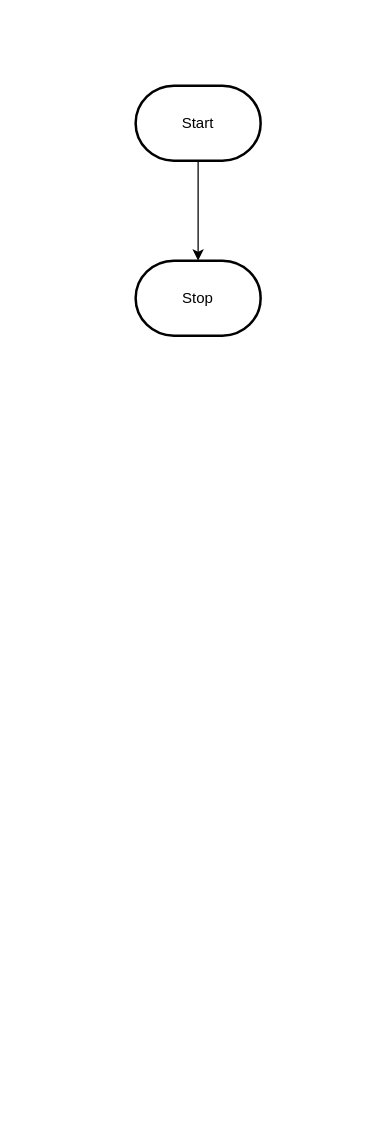
Earlier version of the draw.io diagram design/flowchart.drawio (MTHS-ICS2O-2-2022/ICS2O-Unit-5-04-Colton-Grant). Source tidied: cells renumbered, new cells numbered last; positions are measured from the earlier drawing's top-left corner, leaving out a move shared by most shapes. Both pictures are drawn from the tidied source at 125%, with x=0, y=0 at pixel (135, 85).
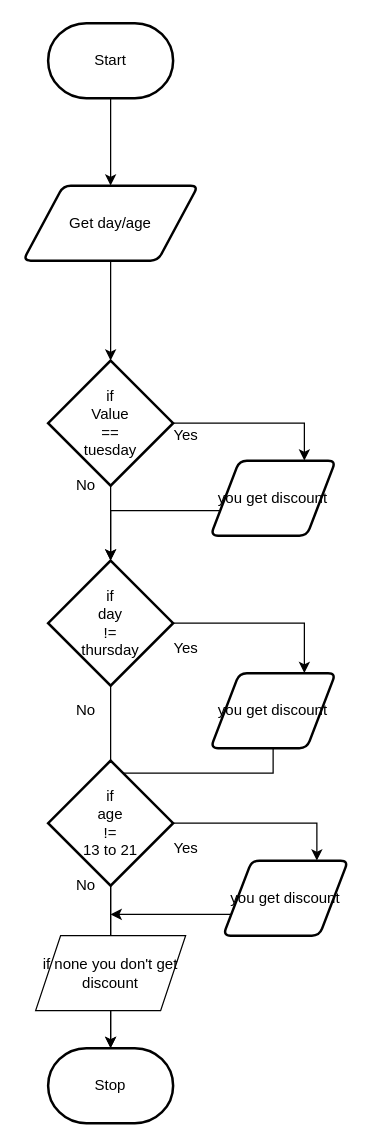
The same page after the edit.

Diff of the diagram source:
```diff
@@
-    <mxCell id="2" style="edgeStyle=orthogonalEdgeStyle;html=1;rounded=0;" parent="1" edge="1" source="3" target="4">
-      <mxGeometry relative="1" as="geometry" />
-    </mxCell>
     <mxCell id="3" value="Start" style="strokeWidth=2;html=1;shape=mxgraph.flowchart.terminator;whiteSpace=wrap;" parent="1" vertex="1">
-      <mxGeometry width="100" height="60" as="geometry" />
+      <mxGeometry x="-70" y="-50" width="100" height="60" as="geometry" />
     </mxCell>
+    <mxCell id="5" style="edgeStyle=none;html=1;exitX=0.5;exitY=1;exitDx=0;exitDy=0;exitPerimeter=0;" parent="1" edge="1" source="3" target="7">
+      <mxGeometry relative="1" as="geometry" />
+    </mxCell>
+    <mxCell id="6" style="edgeStyle=none;html=1;" parent="1" edge="1" source="7" target="10">
+      <mxGeometry relative="1" as="geometry" />
+    </mxCell>
+    <mxCell id="7" value="Get day/age" style="shape=parallelogram;html=1;strokeWidth=2;perimeter=parallelogramPerimeter;whiteSpace=wrap;rounded=1;arcSize=12;size=0.23;" parent="1" vertex="1">
+      <mxGeometry x="-90" y="80" width="140" height="60" as="geometry" />
+    </mxCell>
+    <mxCell id="8" style="edgeStyle=orthogonalEdgeStyle;html=1;entryX=0.75;entryY=0;entryDx=0;entryDy=0;rounded=0;" parent="1" edge="1" source="10" target="12">
+      <mxGeometry relative="1" as="geometry" />
+    </mxCell>
+    <mxCell id="9" style="edgeStyle=orthogonalEdgeStyle;rounded=0;html=1;" parent="1" edge="1" source="10" target="15">
+      <mxGeometry relative="1" as="geometry" />
+    </mxCell>
+    <mxCell id="10" value="if&lt;br&gt;Value&lt;br&gt;==&lt;br&gt;tuesday" style="strokeWidth=2;html=1;shape=mxgraph.flowchart.decision;whiteSpace=wrap;" parent="1" vertex="1">
+      <mxGeometry x="-70" y="220" width="100" height="100" as="geometry" />
+    </mxCell>
+    <mxCell id="11" style="edgeStyle=orthogonalEdgeStyle;rounded=0;html=1;" parent="1" edge="1" source="12" target="15">
+      <mxGeometry relative="1" as="geometry">
+        <Array as="points">
+          <mxPoint x="-20" y="340" />
+        </Array>
+      </mxGeometry>
+    </mxCell>
+    <mxCell id="12" value="you get discount" style="shape=parallelogram;html=1;strokeWidth=2;perimeter=parallelogramPerimeter;whiteSpace=wrap;rounded=1;arcSize=12;size=0.23;" parent="1" vertex="1">
+      <mxGeometry x="60" y="300" width="100" height="60" as="geometry" />
+    </mxCell>
+    <mxCell id="13" style="edgeStyle=orthogonalEdgeStyle;rounded=0;html=1;entryX=0.75;entryY=0;entryDx=0;entryDy=0;" parent="1" edge="1" source="15" target="17">
+      <mxGeometry relative="1" as="geometry" />
+    </mxCell>
+    <mxCell id="14" style="edgeStyle=orthogonalEdgeStyle;rounded=0;html=1;" parent="1" edge="1" source="15" target="4">
+      <mxGeometry relative="1" as="geometry" />
+    </mxCell>
+    <mxCell id="15" value="if&lt;br&gt;day&lt;br&gt;!=&lt;br&gt;thursday" style="strokeWidth=2;html=1;shape=mxgraph.flowchart.decision;whiteSpace=wrap;" parent="1" vertex="1">
+      <mxGeometry x="-70" y="380" width="100" height="100" as="geometry" />
+    </mxCell>
+    <mxCell id="16" style="edgeStyle=orthogonalEdgeStyle;rounded=0;html=1;" parent="1" edge="1" source="17" target="4">
+      <mxGeometry relative="1" as="geometry">
+        <Array as="points">
+          <mxPoint x="110" y="550" />
+          <mxPoint x="-20" y="550" />
+        </Array>
+      </mxGeometry>
+    </mxCell>
+    <mxCell id="17" value="you get discount" style="shape=parallelogram;html=1;strokeWidth=2;perimeter=parallelogramPerimeter;whiteSpace=wrap;rounded=1;arcSize=12;size=0.23;" parent="1" vertex="1">
+      <mxGeometry x="60" y="470" width="100" height="60" as="geometry" />
+    </mxCell>
     <mxCell id="4" value="Stop" style="strokeWidth=2;html=1;shape=mxgraph.flowchart.terminator;whiteSpace=wrap;" parent="1" vertex="1">
-      <mxGeometry y="140" width="100" height="60" as="geometry" />
+      <mxGeometry x="-70" y="770" width="100" height="60" as="geometry" />
     </mxCell>
+    <mxCell id="18" value="Yes" style="text;html=1;align=center;verticalAlign=middle;strokeColor=none;fillColor=none;" parent="1" vertex="1">
+      <mxGeometry x="20" y="270" width="40" height="20" as="geometry" />
+    </mxCell>
+    <mxCell id="19" value="No" style="text;html=1;align=center;verticalAlign=middle;strokeColor=none;fillColor=none;" parent="1" vertex="1">
+      <mxGeometry x="-55" y="310" width="30" height="20" as="geometry" />
+    </mxCell>
+    <mxCell id="20" value="Yes" style="text;html=1;align=center;verticalAlign=middle;strokeColor=none;fillColor=none;" parent="1" vertex="1">
+      <mxGeometry x="20" y="440" width="40" height="20" as="geometry" />
+    </mxCell>
+    <mxCell id="21" value="No" style="text;html=1;align=center;verticalAlign=middle;strokeColor=none;fillColor=none;" parent="1" vertex="1">
+      <mxGeometry x="-55" y="490" width="30" height="20" as="geometry" />
+    </mxCell>
+    <mxCell id="22" style="edgeStyle=orthogonalEdgeStyle;rounded=0;html=1;entryX=0.75;entryY=0;entryDx=0;entryDy=0;" parent="1" edge="1" source="23" target="25">
+      <mxGeometry relative="1" as="geometry" />
+    </mxCell>
+    <mxCell id="23" value="if&lt;br&gt;age&lt;br&gt;!=&lt;br&gt;13 to 21" style="strokeWidth=2;html=1;shape=mxgraph.flowchart.decision;whiteSpace=wrap;" parent="1" vertex="1">
+      <mxGeometry x="-70" y="540" width="100" height="100" as="geometry" />
+    </mxCell>
+    <mxCell id="24" style="edgeStyle=none;html=1;exitX=0;exitY=0.75;exitDx=0;exitDy=0;" parent="1" edge="1" source="25">
+      <mxGeometry relative="1" as="geometry">
+        <mxPoint x="-20" y="663" as="targetPoint" />
+      </mxGeometry>
+    </mxCell>
+    <mxCell id="25" value="you get discount" style="shape=parallelogram;html=1;strokeWidth=2;perimeter=parallelogramPerimeter;whiteSpace=wrap;rounded=1;arcSize=12;size=0.23;" parent="1" vertex="1">
+      <mxGeometry x="70" y="620" width="100" height="60" as="geometry" />
+    </mxCell>
+    <mxCell id="26" value="Yes" style="text;html=1;align=center;verticalAlign=middle;strokeColor=none;fillColor=none;" parent="1" vertex="1">
+      <mxGeometry x="20" y="600" width="40" height="20" as="geometry" />
+    </mxCell>
+    <mxCell id="27" value="No" style="text;html=1;align=center;verticalAlign=middle;strokeColor=none;fillColor=none;" parent="1" vertex="1">
+      <mxGeometry x="-55" y="630" width="30" height="20" as="geometry" />
+    </mxCell>
+    <mxCell id="28" value="if none you don't get discount" style="shape=parallelogram;perimeter=parallelogramPerimeter;whiteSpace=wrap;html=1;fixedSize=1;" parent="1" vertex="1">
+      <mxGeometry x="-80" y="680" width="120" height="60" as="geometry" />
+    </mxCell>
```
